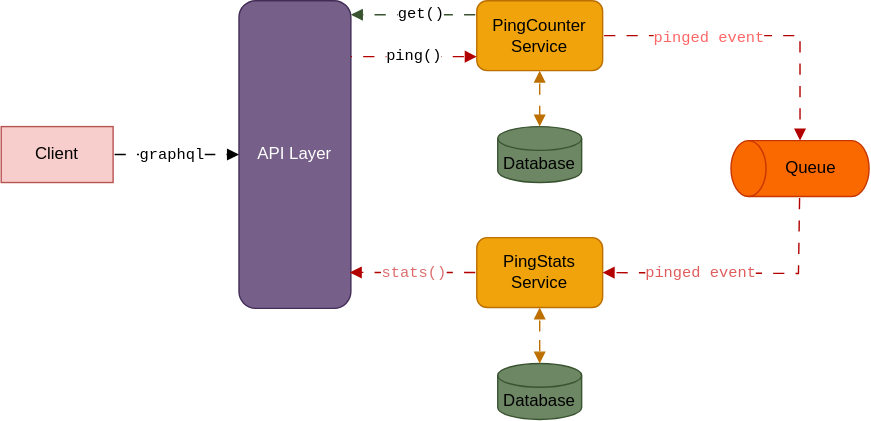
Before: slides/images/app-overview.svg, a diagram exported from draw.io (techteammindx/mindx-service-essentials). Source tidied: cells renumbered, new cells last; positions are measured from the earlier drawing's top-left corner, leaving out a move shared by most shapes. The source it was exported from:
```xml
<mxGraphModel>
  <root>
    <mxCell id="0" />
    <mxCell id="1" parent="0" />
    <mxCell id="2" value="API Layer" style="rounded=1;whiteSpace=wrap;html=1;fillColor=#76608a;fontColor=#ffffff;strokeColor=#432D57;" parent="1" vertex="1">
      <mxGeometry x="170" width="80" height="220" as="geometry" />
    </mxCell>
    <mxCell id="3" value="PingCounter Service" style="rounded=1;whiteSpace=wrap;html=1;fillColor=#f0a30a;fontColor=#000000;strokeColor=#BD7000;" parent="1" vertex="1">
      <mxGeometry x="340" width="90" height="50" as="geometry" />
    </mxCell>
    <mxCell id="4" value="PingStats Service" style="rounded=1;whiteSpace=wrap;html=1;fillColor=#f0a30a;fontColor=#000000;strokeColor=#BD7000;" parent="1" vertex="1">
      <mxGeometry x="340" y="169.4" width="90" height="50" as="geometry" />
    </mxCell>
    <mxCell id="5" style="shape=cylinder3;whiteSpace=wrap;html=1;boundedLbl=1;backgroundOutline=1;size=12.536585365853625;rotation=-90;fillColor=#fa6800;strokeColor=#C73500;fontColor=#000000;" parent="1" vertex="1">
      <mxGeometry x="551.1" y="70.6" width="40" height="98.8" as="geometry" />
    </mxCell>
    <mxCell id="6" style="edgeStyle=orthogonalEdgeStyle;rounded=0;jettySize=auto;html=1;entryX=1;entryY=0.5;entryDx=0;entryDy=0;entryPerimeter=0;endArrow=block;endFill=1;flowAnimation=1;fillColor=#e51400;strokeColor=#B20000;" parent="1" edge="1" source="3" target="5">
      <mxGeometry relative="1" as="geometry" />
    </mxCell>
    <mxCell id="7" value="&lt;span style=&quot;color: rgb(255, 102, 102); font-family: &amp;quot;Courier New&amp;quot;;&quot;&gt;pinged event&lt;/span&gt;" style="edgeLabel;html=1;align=center;verticalAlign=middle;" parent="6" vertex="1">
      <mxGeometry x="-0.3" y="-1" relative="1" as="geometry" />
    </mxCell>
    <mxCell id="8" value="&lt;span style=&quot;color: rgb(224, 93, 93); font-family: &amp;quot;Courier New&amp;quot;;&quot;&gt;pinged event&lt;/span&gt;" style="endArrow=block;html=1;rounded=0;endFill=1;entryX=1;entryY=0.5;entryDx=0;entryDy=0;flowAnimation=1;fillColor=#e51400;strokeColor=#B20000;" parent="1" edge="1" source="5" target="4">
      <mxGeometry x="0.28" relative="1" as="geometry">
        <Array as="points">
          <mxPoint x="570" y="195" />
        </Array>
      </mxGeometry>
    </mxCell>
    <mxCell id="9" style="endArrow=block;html=1;rounded=0;exitX=0;exitY=0.5;exitDx=0;exitDy=0;entryX=0.99;entryY=0.883;entryDx=0;entryDy=0;entryPerimeter=0;endFill=1;flowAnimation=1;fillColor=#e51400;strokeColor=#B20000;" parent="1" edge="1" source="4" target="2">
      <mxGeometry relative="1" as="geometry" />
    </mxCell>
    <mxCell id="10" value="&lt;font color=&quot;#dd6d6d&quot; face=&quot;Courier New&quot;&gt;stats()&lt;/font&gt;" style="edgeLabel;html=1;align=center;verticalAlign=middle;" parent="9" vertex="1">
      <mxGeometry y="1" relative="1" as="geometry">
        <mxPoint y="-1" as="offset" />
      </mxGeometry>
    </mxCell>
    <mxCell id="11" value="&lt;font face=&quot;Courier New&quot; style=&quot;&quot;&gt;get()&lt;/font&gt;" style="endArrow=block;html=1;rounded=0;endFill=1;flowAnimation=1;fillColor=#6d8764;strokeColor=#3A5431;" parent="1" edge="1">
      <mxGeometry x="-0.11" relative="1" as="geometry">
        <mxPoint x="340" y="10" as="sourcePoint" />
        <mxPoint x="250" y="10" as="targetPoint" />
      </mxGeometry>
    </mxCell>
    <mxCell id="12" style="endArrow=none;html=1;rounded=0;endFill=0;flowAnimation=1;startArrow=block;startFill=1;fillColor=#e51400;strokeColor=#B20000;" parent="1" edge="1">
      <mxGeometry relative="1" as="geometry">
        <mxPoint x="340" y="40" as="sourcePoint" />
        <mxPoint x="250" y="40" as="targetPoint" />
      </mxGeometry>
    </mxCell>
    <mxCell id="13" value="&lt;font face=&quot;Courier New&quot; style=&quot;color: light-dark(rgb(0, 0, 0), rgb(255, 102, 102));&quot;&gt;ping()&lt;/font&gt;" style="edgeLabel;html=1;align=center;verticalAlign=middle;" parent="12" vertex="1">
      <mxGeometry x="0.02" y="-1" relative="1" as="geometry" />
    </mxCell>
    <mxCell id="14" value="Queue" style="text;html=1;whiteSpace=wrap;strokeColor=none;fillColor=none;align=center;verticalAlign=middle;rounded=0;" parent="1" vertex="1">
      <mxGeometry x="549.1" y="105" width="60" height="30" as="geometry" />
    </mxCell>
    <mxCell id="15" value="&lt;font style=&quot;color: light-dark(rgb(0, 0, 0), rgb(255, 255, 255));&quot;&gt;Database&lt;/font&gt;" style="shape=cylinder3;whiteSpace=wrap;html=1;boundedLbl=1;backgroundOutline=1;size=8.5;fillColor=#6d8764;fontColor=#ffffff;strokeColor=#3A5431;" parent="1" vertex="1">
      <mxGeometry x="355" y="90" width="60" height="40" as="geometry" />
    </mxCell>
    <mxCell id="16" style="edgeStyle=orthogonalEdgeStyle;rounded=0;jettySize=auto;html=1;entryX=0.5;entryY=0;entryDx=0;entryDy=0;entryPerimeter=0;endArrow=block;endFill=1;startArrow=block;startFill=1;flowAnimation=1;fillColor=#f0a30a;strokeColor=#BD7000;" parent="1" edge="1" source="3" target="15">
      <mxGeometry relative="1" as="geometry" />
    </mxCell>
    <mxCell id="17" value="&lt;font style=&quot;color: light-dark(rgb(0, 0, 0), rgb(255, 255, 255));&quot;&gt;Database&lt;/font&gt;" style="shape=cylinder3;whiteSpace=wrap;html=1;boundedLbl=1;backgroundOutline=1;size=8.5;fillColor=#6d8764;fontColor=#ffffff;strokeColor=#3A5431;" parent="1" vertex="1">
      <mxGeometry x="355" y="259.4" width="60" height="40" as="geometry" />
    </mxCell>
    <mxCell id="18" style="edgeStyle=orthogonalEdgeStyle;rounded=0;jettySize=auto;html=1;entryX=0.5;entryY=0;entryDx=0;entryDy=0;entryPerimeter=0;endArrow=block;endFill=1;startArrow=block;startFill=1;flowAnimation=1;fillColor=#f0a30a;strokeColor=#BD7000;" parent="1" edge="1" target="17">
      <mxGeometry relative="1" as="geometry">
        <mxPoint x="385" y="219.4" as="sourcePoint" />
      </mxGeometry>
    </mxCell>
    <mxCell id="19" style="edgeStyle=orthogonalEdgeStyle;rounded=0;jettySize=auto;html=1;entryX=0;entryY=0.5;entryDx=0;entryDy=0;endArrow=block;endFill=1;flowAnimation=1;" parent="1" edge="1" source="21" target="2">
      <mxGeometry relative="1" as="geometry" />
    </mxCell>
    <mxCell id="20" value="graphql" style="edgeLabel;html=1;align=center;verticalAlign=middle;fontFamily=Courier New;" parent="19" vertex="1">
      <mxGeometry x="-0.09" y="-4" relative="1" as="geometry">
        <mxPoint y="-4" as="offset" />
      </mxGeometry>
    </mxCell>
    <mxCell id="21" value="Client" style="rounded=0;whiteSpace=wrap;html=1;fillColor=#f8cecc;strokeColor=#b85450;" parent="1" vertex="1">
      <mxGeometry y="90" width="80" height="40" as="geometry" />
    </mxCell>
  </root>
</mxGraphModel>
```
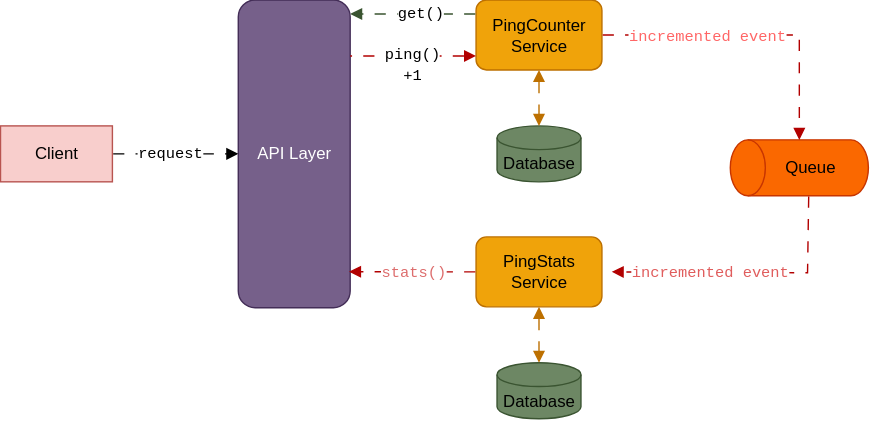
The same diagram one commit later.

Commit message:
docs: update app overview

Change to the diagram source:
```diff
@@ -11,22 +11,24 @@
     <mxCell id="4" value="PingStats Service" style="rounded=1;whiteSpace=wrap;html=1;fillColor=#f0a30a;fontColor=#000000;strokeColor=#BD7000;" parent="1" vertex="1">
       <mxGeometry x="340" y="169.4" width="90" height="50" as="geometry" />
     </mxCell>
-    <mxCell id="5" style="shape=cylinder3;whiteSpace=wrap;html=1;boundedLbl=1;backgroundOutline=1;size=12.536585365853625;rotation=-90;fillColor=#fa6800;strokeColor=#C73500;fontColor=#000000;" parent="1" vertex="1">
-      <mxGeometry x="551.1" y="70.6" width="40" height="98.8" as="geometry" />
-    </mxCell>
-    <mxCell id="6" style="edgeStyle=orthogonalEdgeStyle;rounded=0;jettySize=auto;html=1;entryX=1;entryY=0.5;entryDx=0;entryDy=0;entryPerimeter=0;endArrow=block;endFill=1;flowAnimation=1;fillColor=#e51400;strokeColor=#B20000;" parent="1" edge="1" source="3" target="5">
-      <mxGeometry relative="1" as="geometry" />
-    </mxCell>
-    <mxCell id="7" value="&lt;span style=&quot;color: rgb(255, 102, 102); font-family: &amp;quot;Courier New&amp;quot;;&quot;&gt;pinged event&lt;/span&gt;" style="edgeLabel;html=1;align=center;verticalAlign=middle;" parent="6" vertex="1">
-      <mxGeometry x="-0.3" y="-1" relative="1" as="geometry" />
-    </mxCell>
-    <mxCell id="8" value="&lt;span style=&quot;color: rgb(224, 93, 93); font-family: &amp;quot;Courier New&amp;quot;;&quot;&gt;pinged event&lt;/span&gt;" style="endArrow=block;html=1;rounded=0;endFill=1;entryX=1;entryY=0.5;entryDx=0;entryDy=0;flowAnimation=1;fillColor=#e51400;strokeColor=#B20000;" parent="1" edge="1" source="5" target="4">
-      <mxGeometry x="0.28" relative="1" as="geometry">
-        <Array as="points">
-          <mxPoint x="570" y="195" />
-        </Array>
-      </mxGeometry>
-    </mxCell>
+    <mxCell id="22" style="shape=cylinder3;whiteSpace=wrap;html=1;boundedLbl=1;backgroundOutline=1;size=12.536585365853625;rotation=-90;fillColor=#fa6800;strokeColor=#C73500;fontColor=#000000;" parent="1" vertex="1">
+      <mxGeometry x="551.1" y="70.6" width="40" height="98.8" as="geometry" />
+    </mxCell>
+    <mxCell id="23" style="edgeStyle=orthogonalEdgeStyle;rounded=0;jettySize=auto;html=1;entryX=1;entryY=0.5;entryDx=0;entryDy=0;entryPerimeter=0;endArrow=block;endFill=1;flowAnimation=1;fillColor=#e51400;strokeColor=#B20000;" parent="1" edge="1" source="3" target="22">
+      <mxGeometry relative="1" as="geometry" />
+    </mxCell>
+    <mxCell id="24" value="&lt;span style=&quot;color: rgb(255, 102, 102); font-family: &amp;quot;Courier New&amp;quot;;&quot;&gt;incremented event&lt;/span&gt;" style="edgeLabel;html=1;align=center;verticalAlign=middle;" parent="23" vertex="1">
+      <mxGeometry x="-0.3" y="-1" relative="1" as="geometry" />
+    </mxCell>
+    <mxCell id="25" value="&lt;span style=&quot;color: rgb(224, 93, 93); font-family: &amp;quot;Courier New&amp;quot;;&quot;&gt;incremented event&lt;/span&gt;" style="endArrow=block;html=1;rounded=0;endFill=1;entryX=1;entryY=0.5;entryDx=0;entryDy=0;flowAnimation=1;fillColor=#e51400;strokeColor=#B20000;" parent="1" edge="1">
+      <mxGeometry x="0.28" relative="1" as="geometry">
+        <mxPoint x="577.8" y="140" as="sourcePoint" />
+        <mxPoint x="437" y="194.4" as="targetPoint" />
+        <Array as="points">
+          <mxPoint x="577" y="195" />
+        </Array>
+      </mxGeometry>
+    </mxCell>
     <mxCell id="9" style="endArrow=block;html=1;rounded=0;exitX=0;exitY=0.5;exitDx=0;exitDy=0;entryX=0.99;entryY=0.883;entryDx=0;entryDy=0;entryPerimeter=0;endFill=1;flowAnimation=1;fillColor=#e51400;strokeColor=#B20000;" parent="1" edge="1" source="4" target="2">
       <mxGeometry relative="1" as="geometry" />
     </mxCell>
@@ -41,40 +43,42 @@
         <mxPoint x="250" y="10" as="targetPoint" />
       </mxGeometry>
     </mxCell>
-    <mxCell id="12" style="endArrow=none;html=1;rounded=0;endFill=0;flowAnimation=1;startArrow=block;startFill=1;fillColor=#e51400;strokeColor=#B20000;" parent="1" edge="1">
-      <mxGeometry relative="1" as="geometry">
-        <mxPoint x="340" y="40" as="sourcePoint" />
-        <mxPoint x="250" y="40" as="targetPoint" />
-      </mxGeometry>
-    </mxCell>
-    <mxCell id="13" value="&lt;font face=&quot;Courier New&quot; style=&quot;color: light-dark(rgb(0, 0, 0), rgb(255, 102, 102));&quot;&gt;ping()&lt;/font&gt;" style="edgeLabel;html=1;align=center;verticalAlign=middle;" parent="12" vertex="1">
-      <mxGeometry x="0.02" y="-1" relative="1" as="geometry" />
-    </mxCell>
+    <mxCell id="26" style="endArrow=none;html=1;rounded=0;endFill=0;flowAnimation=1;startArrow=block;startFill=1;fillColor=#e51400;strokeColor=#B20000;" parent="1" edge="1">
+      <mxGeometry relative="1" as="geometry">
+        <mxPoint x="340" y="40" as="sourcePoint" />
+        <mxPoint x="250" y="40" as="targetPoint" />
+      </mxGeometry>
+    </mxCell>
+    <mxCell id="27" value="&lt;font face=&quot;Courier New&quot; style=&quot;color: light-dark(rgb(0, 0, 0), rgb(255, 102, 102));&quot;&gt;ping()&lt;/font&gt;&lt;div&gt;&lt;font face=&quot;Courier New&quot; style=&quot;color: light-dark(rgb(0, 0, 0), rgb(255, 102, 102));&quot;&gt;+1&lt;/font&gt;&lt;/div&gt;" style="edgeLabel;html=1;align=center;verticalAlign=middle;" parent="26" vertex="1">
+      <mxGeometry x="0.02" y="-1" relative="1" as="geometry">
+        <mxPoint y="7" as="offset" />
+      </mxGeometry>
+    </mxCell>
     <mxCell id="14" value="Queue" style="text;html=1;whiteSpace=wrap;strokeColor=none;fillColor=none;align=center;verticalAlign=middle;rounded=0;" parent="1" vertex="1">
       <mxGeometry x="549.1" y="105" width="60" height="30" as="geometry" />
     </mxCell>
-    <mxCell id="15" value="&lt;font style=&quot;color: light-dark(rgb(0, 0, 0), rgb(255, 255, 255));&quot;&gt;Database&lt;/font&gt;" style="shape=cylinder3;whiteSpace=wrap;html=1;boundedLbl=1;backgroundOutline=1;size=8.5;fillColor=#6d8764;fontColor=#ffffff;strokeColor=#3A5431;" parent="1" vertex="1">
-      <mxGeometry x="355" y="90" width="60" height="40" as="geometry" />
-    </mxCell>
-    <mxCell id="16" style="edgeStyle=orthogonalEdgeStyle;rounded=0;jettySize=auto;html=1;entryX=0.5;entryY=0;entryDx=0;entryDy=0;entryPerimeter=0;endArrow=block;endFill=1;startArrow=block;startFill=1;flowAnimation=1;fillColor=#f0a30a;strokeColor=#BD7000;" parent="1" edge="1" source="3" target="15">
-      <mxGeometry relative="1" as="geometry" />
-    </mxCell>
-    <mxCell id="17" value="&lt;font style=&quot;color: light-dark(rgb(0, 0, 0), rgb(255, 255, 255));&quot;&gt;Database&lt;/font&gt;" style="shape=cylinder3;whiteSpace=wrap;html=1;boundedLbl=1;backgroundOutline=1;size=8.5;fillColor=#6d8764;fontColor=#ffffff;strokeColor=#3A5431;" parent="1" vertex="1">
-      <mxGeometry x="355" y="259.4" width="60" height="40" as="geometry" />
-    </mxCell>
-    <mxCell id="18" style="edgeStyle=orthogonalEdgeStyle;rounded=0;jettySize=auto;html=1;entryX=0.5;entryY=0;entryDx=0;entryDy=0;entryPerimeter=0;endArrow=block;endFill=1;startArrow=block;startFill=1;flowAnimation=1;fillColor=#f0a30a;strokeColor=#BD7000;" parent="1" edge="1" target="17">
-      <mxGeometry relative="1" as="geometry">
-        <mxPoint x="385" y="219.4" as="sourcePoint" />
-      </mxGeometry>
-    </mxCell>
+    <mxCell id="28" value="&lt;font style=&quot;color: light-dark(rgb(0, 0, 0), rgb(255, 255, 255));&quot;&gt;Database&lt;/font&gt;" style="shape=cylinder3;whiteSpace=wrap;html=1;boundedLbl=1;backgroundOutline=1;size=8.5;fillColor=#6d8764;fontColor=#ffffff;strokeColor=#3A5431;" parent="1" vertex="1">
+      <mxGeometry x="355" y="90" width="60" height="40" as="geometry" />
+    </mxCell>
+    <mxCell id="29" style="edgeStyle=orthogonalEdgeStyle;rounded=0;jettySize=auto;html=1;entryX=0.5;entryY=0;entryDx=0;entryDy=0;entryPerimeter=0;endArrow=block;endFill=1;startArrow=block;startFill=1;flowAnimation=1;fillColor=#f0a30a;strokeColor=#BD7000;" parent="1" edge="1" source="3" target="28">
+      <mxGeometry relative="1" as="geometry" />
+    </mxCell>
+    <mxCell id="30" value="&lt;font style=&quot;color: light-dark(rgb(0, 0, 0), rgb(255, 255, 255));&quot;&gt;Database&lt;/font&gt;" style="shape=cylinder3;whiteSpace=wrap;html=1;boundedLbl=1;backgroundOutline=1;size=8.5;fillColor=#6d8764;fontColor=#ffffff;strokeColor=#3A5431;" parent="1" vertex="1">
+      <mxGeometry x="355" y="259.4" width="60" height="40" as="geometry" />
+    </mxCell>
+    <mxCell id="31" style="edgeStyle=orthogonalEdgeStyle;rounded=0;jettySize=auto;html=1;entryX=0.5;entryY=0;entryDx=0;entryDy=0;entryPerimeter=0;endArrow=block;endFill=1;startArrow=block;startFill=1;flowAnimation=1;fillColor=#f0a30a;strokeColor=#BD7000;" parent="1" edge="1" target="30">
+      <mxGeometry relative="1" as="geometry">
+        <mxPoint x="385" y="219.4" as="sourcePoint" />
+      </mxGeometry>
+    </mxCell>
     <mxCell id="19" style="edgeStyle=orthogonalEdgeStyle;rounded=0;jettySize=auto;html=1;entryX=0;entryY=0.5;entryDx=0;entryDy=0;endArrow=block;endFill=1;flowAnimation=1;" parent="1" edge="1" source="21" target="2">
       <mxGeometry relative="1" as="geometry" />
     </mxCell>
-    <mxCell id="20" value="graphql" style="edgeLabel;html=1;align=center;verticalAlign=middle;fontFamily=Courier New;" parent="19" vertex="1">
-      <mxGeometry x="-0.09" y="-4" relative="1" as="geometry">
-        <mxPoint y="-4" as="offset" />
-      </mxGeometry>
-    </mxCell>
+    <mxCell id="32" value="request" style="edgeLabel;html=1;align=center;verticalAlign=middle;fontFamily=Courier New;" parent="19" vertex="1">
+      <mxGeometry x="-0.09" y="-4" relative="1" as="geometry">
+        <mxPoint y="-4" as="offset" />
+      </mxGeometry>
+    </mxCell>
     <mxCell id="21" value="Client" style="rounded=0;whiteSpace=wrap;html=1;fillColor=#f8cecc;strokeColor=#b85450;" parent="1" vertex="1">
       <mxGeometry y="90" width="80" height="40" as="geometry" />
     </mxCell>
```
